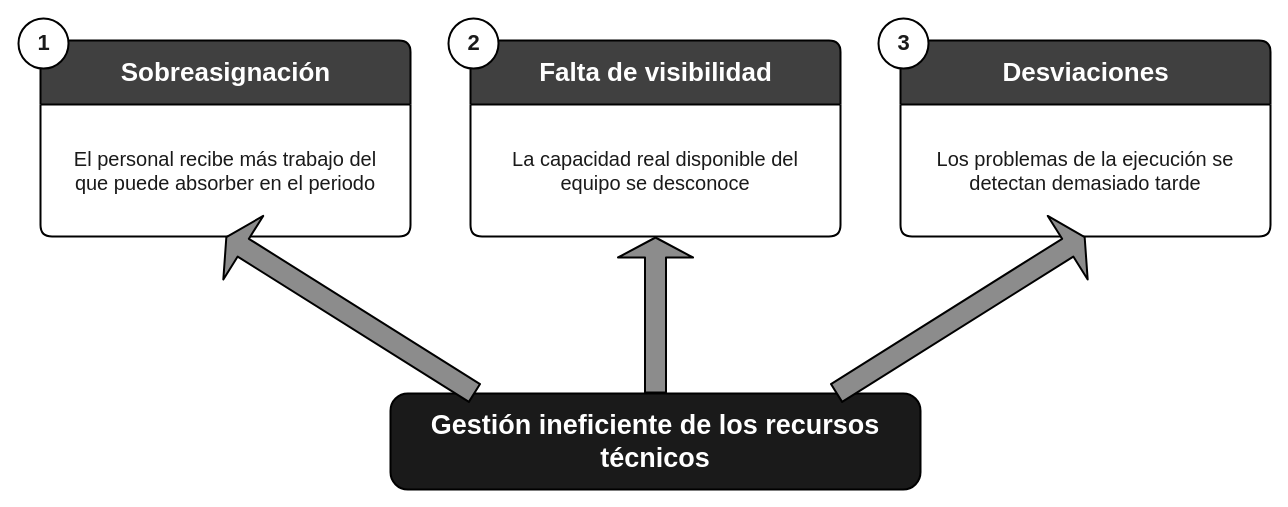
Above: Docs/Figuras/Figura_01_Gestion_ineficiente.drawio in tfm-missi-2026/orquestacion (draw.io), before the change. Source tidied: cells renumbered, new cells numbered last; positions are measured from the earlier drawing's top-left corner, leaving out a move shared by most shapes. Both pictures are drawn from the tidied source at 100%, with x=0, y=0 at pixel (18, 18).
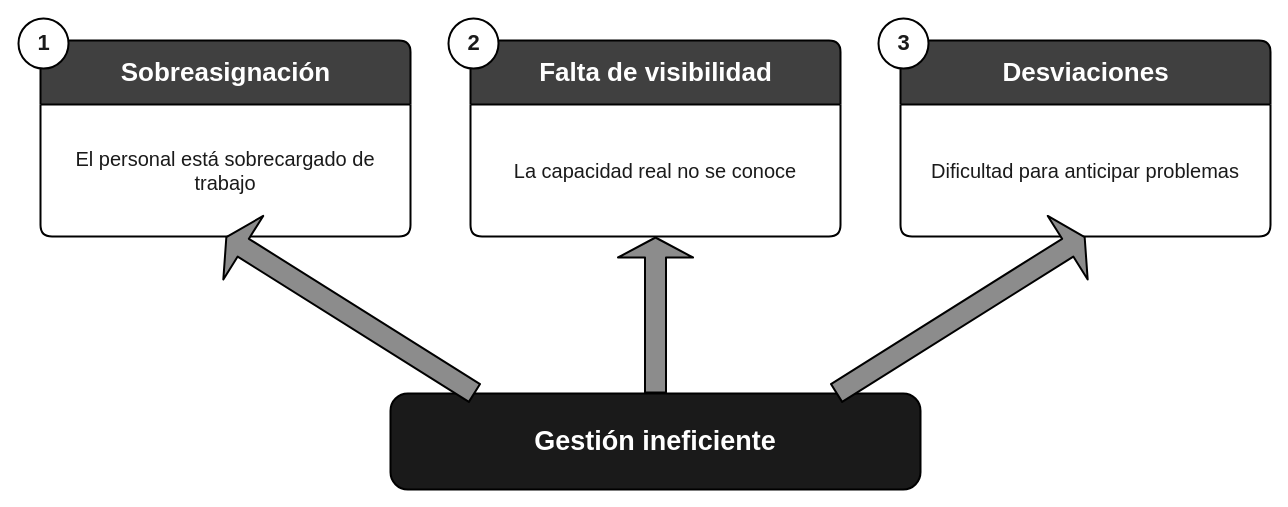
The same diagram, later.

The edit, as a diff of the source:
```diff
@@
 <mxGraphModel>
   <root>
     <mxCell id="0" />
     <mxCell id="1" parent="0" />
     <mxCell id="2" value="Sobreasignación" style="swimlane;html=1;startSize=64;horizontal=1;rounded=1;arcSize=6;fillColor=#404040;strokeColor=#000000;strokeWidth=2;swimlaneFillColor=#FFFFFF;fontFamily=Helvetica;fontSize=26;fontColor=#FFFFFF;fontStyle=1;align=center;verticalAlign=middle;" parent="1" vertex="1">
       <mxGeometry x="22" y="22" width="370" height="196" as="geometry" />
     </mxCell>
-    <mxCell id="3" value="El personal recibe más trabajo del que puede absorber en el periodo" style="text;html=1;strokeColor=none;fillColor=none;align=center;verticalAlign=middle;spacingLeft=18;spacingRight=18;whiteSpace=wrap;fontFamily=Helvetica;fontSize=20;fontColor=#1A1A1A;" parent="1" vertex="1">
+    <mxCell id="3" value="El personal está sobrecargado de trabajo" style="text;html=1;strokeColor=none;fillColor=none;align=center;verticalAlign=middle;spacingLeft=18;spacingRight=18;whiteSpace=wrap;fontFamily=Helvetica;fontSize=20;fontColor=#1A1A1A;" parent="1" vertex="1">
       <mxGeometry x="22" y="86" width="370" height="132" as="geometry" />
     </mxCell>
     <mxCell id="4" value="1" style="ellipse;html=1;fillColor=#FFFFFF;strokeColor=#000000;strokeWidth=2;align=center;verticalAlign=middle;fontFamily=Helvetica;fontSize=22;fontColor=#1A1A1A;fontStyle=1;" parent="1" vertex="1">
       <mxGeometry width="50" height="50" as="geometry" />
     </mxCell>
     <mxCell id="5" value="Falta de visibilidad" style="swimlane;html=1;startSize=64;horizontal=1;rounded=1;arcSize=6;fillColor=#404040;strokeColor=#000000;strokeWidth=2;swimlaneFillColor=#FFFFFF;fontFamily=Helvetica;fontSize=26;fontColor=#FFFFFF;fontStyle=1;align=center;verticalAlign=middle;" parent="1" vertex="1">
       <mxGeometry x="452" y="22" width="370" height="196" as="geometry" />
     </mxCell>
-    <mxCell id="6" value="La capacidad real disponible del equipo se desconoce" style="text;html=1;strokeColor=none;fillColor=none;align=center;verticalAlign=middle;spacingLeft=18;spacingRight=18;whiteSpace=wrap;fontFamily=Helvetica;fontSize=20;fontColor=#1A1A1A;" parent="1" vertex="1">
+    <mxCell id="6" value="La capacidad real no se conoce" style="text;html=1;strokeColor=none;fillColor=none;align=center;verticalAlign=middle;spacingLeft=18;spacingRight=18;whiteSpace=wrap;fontFamily=Helvetica;fontSize=20;fontColor=#1A1A1A;" parent="1" vertex="1">
       <mxGeometry x="452" y="86" width="370" height="132" as="geometry" />
     </mxCell>
     <mxCell id="7" value="2" style="ellipse;html=1;fillColor=#FFFFFF;strokeColor=#000000;strokeWidth=2;align=center;verticalAlign=middle;fontFamily=Helvetica;fontSize=22;fontColor=#1A1A1A;fontStyle=1;" parent="1" vertex="1">
       <mxGeometry x="430" width="50" height="50" as="geometry" />
     </mxCell>
     <mxCell id="8" value="Desviaciones" style="swimlane;html=1;startSize=64;horizontal=1;rounded=1;arcSize=6;fillColor=#404040;strokeColor=#000000;strokeWidth=2;swimlaneFillColor=#FFFFFF;fontFamily=Helvetica;fontSize=26;fontColor=#FFFFFF;fontStyle=1;align=center;verticalAlign=middle;" parent="1" vertex="1">
       <mxGeometry x="882" y="22" width="370" height="196" as="geometry" />
     </mxCell>
-    <mxCell id="9" value="Los problemas de la ejecución se detectan demasiado tarde" style="text;html=1;strokeColor=none;fillColor=none;align=center;verticalAlign=middle;spacingLeft=18;spacingRight=18;whiteSpace=wrap;fontFamily=Helvetica;fontSize=20;fontColor=#1A1A1A;" parent="1" vertex="1">
+    <mxCell id="9" value="Dificultad para anticipar problemas" style="text;html=1;strokeColor=none;fillColor=none;align=center;verticalAlign=middle;spacingLeft=18;spacingRight=18;whiteSpace=wrap;fontFamily=Helvetica;fontSize=20;fontColor=#1A1A1A;" parent="1" vertex="1">
       <mxGeometry x="882" y="86" width="370" height="132" as="geometry" />
     </mxCell>
     <mxCell id="10" value="3" style="ellipse;html=1;fillColor=#FFFFFF;strokeColor=#000000;strokeWidth=2;align=center;verticalAlign=middle;fontFamily=Helvetica;fontSize=22;fontColor=#1A1A1A;fontStyle=1;" parent="1" vertex="1">
       <mxGeometry x="860" width="50" height="50" as="geometry" />
     </mxCell>
-    <mxCell id="11" value="Gestión ineficiente de los recursos técnicos" style="rounded=1;arcSize=18;html=1;whiteSpace=wrap;fillColor=#1A1A1A;strokeColor=#000000;strokeWidth=2;fontFamily=Helvetica;fontSize=27;fontColor=#FFFFFF;fontStyle=1;" parent="1" vertex="1">
+    <mxCell id="11" value="Gestión ineficiente" style="rounded=1;arcSize=18;html=1;whiteSpace=wrap;fillColor=#1A1A1A;strokeColor=#000000;strokeWidth=2;fontFamily=Helvetica;fontSize=27;fontColor=#FFFFFF;fontStyle=1;" parent="1" vertex="1">
       <mxGeometry x="372" y="375" width="530" height="96" as="geometry" />
     </mxCell>
     <mxCell id="12" style="edgeStyle=none;shape=flexArrow;html=1;fillColor=#8C8C8C;strokeColor=#000000;strokeWidth=2;width=20;endWidth=52;endSize=6;startSize=6;entryX=0.5;entryY=1;entryDx=0;entryDy=0;exitX=0.16;exitY=0;exitDx=0;exitDy=0;" parent="1" edge="1" source="11" target="2">
       <mxGeometry relative="1" as="geometry" />
     </mxCell>
     <mxCell id="13" style="edgeStyle=none;shape=flexArrow;html=1;fillColor=#8C8C8C;strokeColor=#000000;strokeWidth=2;width=20;endWidth=52;endSize=6;startSize=6;entryX=0.5;entryY=1;entryDx=0;entryDy=0;exitX=0.5;exitY=0;exitDx=0;exitDy=0;" parent="1" edge="1" source="11" target="5">
       <mxGeometry relative="1" as="geometry" />
     </mxCell>
     <mxCell id="14" style="edgeStyle=none;shape=flexArrow;html=1;fillColor=#8C8C8C;strokeColor=#000000;strokeWidth=2;width=20;endWidth=52;endSize=6;startSize=6;entryX=0.5;entryY=1;entryDx=0;entryDy=0;exitX=0.84;exitY=0;exitDx=0;exitDy=0;" parent="1" edge="1" source="11" target="8">
       <mxGeometry relative="1" as="geometry" />
     </mxCell>
   </root>
 </mxGraphModel>
```
